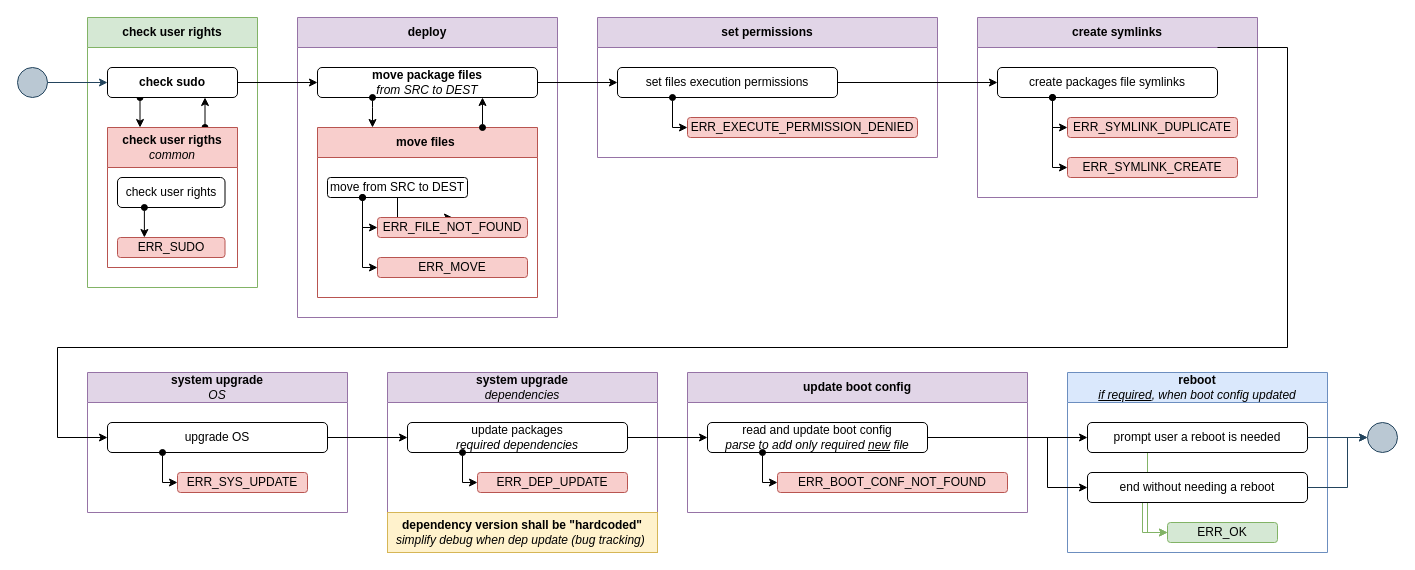
The draw.io diagram page "install-process" (2 of 5) of docs/arch/arch.drawio in repeact/embedded-sw, before the edit. Source tidied: cells renumbered, new cells numbered last; positions are measured from the earlier drawing's top-left corner, leaving out a move shared by most shapes. Both pictures are drawn from the tidied source at 100%, with x=0, y=0 at pixel (17, 17).
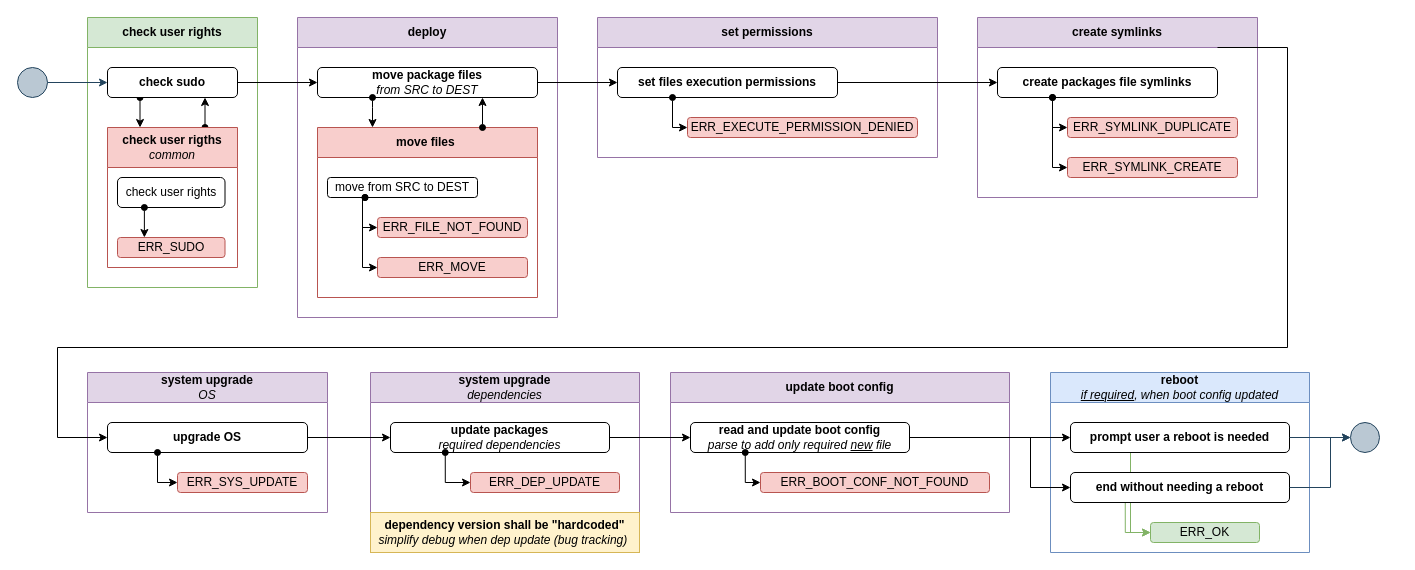
The same page after the edit.

The change refers to these unchanged cells:
```xml
<mxCell id="12" value="move files&amp;nbsp;" style="swimlane;whiteSpace=wrap;html=1;startSize=30;fillColor=#f8cecc;strokeColor=#b85450;" parent="10" vertex="1">
  <mxGeometry x="20" y="110" width="220" height="170" as="geometry" />
</mxCell>
<mxCell id="15" value="ERR_FILE_NOT_FOUND" style="rounded=1;whiteSpace=wrap;html=1;fillColor=#f8cecc;strokeColor=#b85450;" parent="12" vertex="1">
  <mxGeometry x="60" y="90" width="150" height="20" as="geometry" />
</mxCell>
<mxCell id="21" value="set permissions" style="swimlane;whiteSpace=wrap;html=1;startSize=30;fillColor=#e1d5e7;strokeColor=#9673a6;" parent="1" vertex="1">
  <mxGeometry x="580" width="340" height="140" as="geometry" />
</mxCell>
<mxCell id="25" value="create symlinks" style="swimlane;whiteSpace=wrap;html=1;startSize=30;fillColor=#e1d5e7;strokeColor=#9673a6;" parent="1" vertex="1">
  <mxGeometry x="960" width="280" height="180" as="geometry" />
</mxCell>
<mxCell id="34" value="ERR_SYS_UPDATE" style="rounded=1;whiteSpace=wrap;html=1;fillColor=#f8cecc;strokeColor=#b85450;" parent="31" vertex="1">
  <mxGeometry x="90" y="100" width="130" height="20" as="geometry" />
</mxCell>
```

The edit, as a diff of the source:
```diff
@@
-    <mxCell id="13" style="edgeStyle=orthogonalEdgeStyle;rounded=0;jettySize=auto;html=1;" parent="12" edge="1" source="14" target="15">
-      <mxGeometry relative="1" as="geometry" />
-    </mxCell>
     <mxCell id="14" value="move from SRC to DEST" style="rounded=1;whiteSpace=wrap;html=1;" parent="12" vertex="1">
-      <mxGeometry x="10" y="50" width="140" height="20" as="geometry" />
+      <mxGeometry x="10" y="50" width="150" height="20" as="geometry" />
     </mxCell>
@@
-    <mxCell id="22" value="set files execution permissions" style="rounded=1;whiteSpace=wrap;html=1;" parent="21" vertex="1">
+    <mxCell id="22" value="set files execution permissions" style="rounded=1;whiteSpace=wrap;html=1;fontStyle=1;" parent="21" vertex="1">
       <mxGeometry x="20" y="50" width="220" height="30" as="geometry" />
     </mxCell>
@@
-    <mxCell id="26" value="create packages file symlinks" style="rounded=1;whiteSpace=wrap;html=1;" parent="25" vertex="1">
+    <mxCell id="26" value="create packages file symlinks" style="rounded=1;whiteSpace=wrap;html=1;fontStyle=1;" parent="25" vertex="1">
       <mxGeometry x="20" y="50" width="220" height="30" as="geometry" />
     </mxCell>
@@
     <mxCell id="31" value="system upgrade&lt;div&gt;&lt;span style=&quot;font-weight: normal;&quot;&gt;&lt;i&gt;OS&lt;/i&gt;&lt;/span&gt;&lt;/div&gt;" style="swimlane;whiteSpace=wrap;html=1;startSize=30;fillColor=#e1d5e7;strokeColor=#9673a6;" parent="1" vertex="1">
-      <mxGeometry x="70" y="355" width="260" height="140" as="geometry" />
+      <mxGeometry x="70" y="355" width="240" height="140" as="geometry" />
     </mxCell>
-    <mxCell id="32" value="upgrade OS" style="rounded=1;whiteSpace=wrap;html=1;" parent="31" vertex="1">
-      <mxGeometry x="20" y="50" width="220" height="30" as="geometry" />
+    <mxCell id="32" value="upgrade OS" style="rounded=1;whiteSpace=wrap;html=1;fontStyle=1;" parent="31" vertex="1">
+      <mxGeometry x="20" y="50" width="200" height="30" as="geometry" />
     </mxCell>
     <mxCell id="33" style="edgeStyle=orthogonalEdgeStyle;rounded=0;jettySize=auto;html=1;exitX=0.25;exitY=1;exitDx=0;exitDy=0;entryX=0;entryY=0.5;entryDx=0;entryDy=0;startArrow=oval;startFill=1;" parent="31" edge="1" source="32" target="34">
       <mxGeometry relative="1" as="geometry">
         <Array as="points">
-          <mxPoint x="75" y="110" />
+          <mxPoint x="70" y="110" />
         </Array>
       </mxGeometry>
     </mxCell>
@@
     <mxCell id="35" value="update boot config" style="swimlane;whiteSpace=wrap;html=1;startSize=30;fillColor=#e1d5e7;strokeColor=#9673a6;" parent="1" vertex="1">
-      <mxGeometry x="670" y="355" width="340" height="140" as="geometry" />
+      <mxGeometry x="653" y="355" width="339" height="140" as="geometry" />
     </mxCell>
-    <mxCell id="36" value="read and update boot config&lt;div&gt;&lt;i&gt;parse to add only required &lt;u style=&quot;&quot;&gt;new&lt;/u&gt; file&lt;/i&gt;&lt;/div&gt;" style="rounded=1;whiteSpace=wrap;html=1;" parent="35" vertex="1">
-      <mxGeometry x="20" y="50" width="220" height="30" as="geometry" />
+    <mxCell id="36" value="&lt;b&gt;read and update boot config&lt;/b&gt;&lt;div&gt;&lt;i&gt;parse to add only required &lt;u style=&quot;&quot;&gt;new&lt;/u&gt; file&lt;/i&gt;&lt;/div&gt;" style="rounded=1;whiteSpace=wrap;html=1;" parent="35" vertex="1">
+      <mxGeometry x="20" y="50" width="219" height="30" as="geometry" />
     </mxCell>
@@
     <mxCell id="38" value="ERR_BOOT_CONF_NOT_FOUND" style="rounded=1;whiteSpace=wrap;html=1;fillColor=#f8cecc;strokeColor=#b85450;" parent="35" vertex="1">
-      <mxGeometry x="90" y="100" width="230" height="20" as="geometry" />
+      <mxGeometry x="90" y="100" width="229" height="20" as="geometry" />
     </mxCell>
     <mxCell id="39" value="reboot&lt;div&gt;&lt;span style=&quot;font-weight: normal;&quot;&gt;&lt;i&gt;&lt;u&gt;if required&lt;/u&gt;, when boot config updated&lt;/i&gt;&lt;/span&gt;&lt;/div&gt;" style="swimlane;whiteSpace=wrap;html=1;startSize=30;fillColor=#dae8fc;strokeColor=#6c8ebf;" parent="1" vertex="1">
-      <mxGeometry x="1050" y="355" width="260" height="180" as="geometry" />
+      <mxGeometry x="1033" y="355" width="259" height="180" as="geometry" />
     </mxCell>
@@
-    <mxCell id="41" value="prompt user a reboot is needed" style="rounded=1;whiteSpace=wrap;html=1;" parent="39" vertex="1">
-      <mxGeometry x="20" y="50" width="220" height="30" as="geometry" />
+    <mxCell id="41" value="prompt user a reboot is needed" style="rounded=1;whiteSpace=wrap;html=1;fontStyle=1;" parent="39" vertex="1">
+      <mxGeometry x="20" y="50" width="219" height="30" as="geometry" />
     </mxCell>
@@
-    <mxCell id="43" value="end without needing a reboot" style="rounded=1;whiteSpace=wrap;html=1;" parent="39" vertex="1">
-      <mxGeometry x="20" y="100" width="220" height="30" as="geometry" />
+    <mxCell id="43" value="end without needing a reboot" style="rounded=1;whiteSpace=wrap;html=1;fontStyle=1;" parent="39" vertex="1">
+      <mxGeometry x="20" y="100" width="219" height="30" as="geometry" />
     </mxCell>
     <mxCell id="44" value="ERR_OK" style="rounded=1;whiteSpace=wrap;html=1;fillColor=#d5e8d4;strokeColor=#82b366;" parent="39" vertex="1">
-      <mxGeometry x="100" y="150" width="110" height="20" as="geometry" />
+      <mxGeometry x="100" y="150" width="109" height="20" as="geometry" />
     </mxCell>
     <mxCell id="45" value="system upgrade&lt;div&gt;&lt;span style=&quot;font-weight: normal;&quot;&gt;&lt;i&gt;dependencies&lt;/i&gt;&lt;/span&gt;&lt;/div&gt;" style="swimlane;whiteSpace=wrap;html=1;startSize=30;fillColor=#e1d5e7;strokeColor=#9673a6;" parent="1" vertex="1">
-      <mxGeometry x="370" y="355" width="270" height="180" as="geometry" />
+      <mxGeometry x="353" y="355" width="269" height="180" as="geometry" />
     </mxCell>
-    <mxCell id="46" value="update packages&lt;div&gt;&lt;i&gt;required dependencies&lt;/i&gt;&lt;/div&gt;" style="rounded=1;whiteSpace=wrap;html=1;" parent="45" vertex="1">
-      <mxGeometry x="20" y="50" width="220" height="30" as="geometry" />
+    <mxCell id="46" value="&lt;b&gt;update packages&lt;/b&gt;&lt;div&gt;&lt;i&gt;required dependencies&lt;/i&gt;&lt;/div&gt;" style="rounded=1;whiteSpace=wrap;html=1;" parent="45" vertex="1">
+      <mxGeometry x="20" y="50" width="219" height="30" as="geometry" />
     </mxCell>
@@
     <mxCell id="48" value="ERR_DEP_UPDATE" style="rounded=1;whiteSpace=wrap;html=1;fillColor=#f8cecc;strokeColor=#b85450;" parent="45" vertex="1">
-      <mxGeometry x="90" y="100" width="150" height="20" as="geometry" />
+      <mxGeometry x="100" y="100" width="149" height="20" as="geometry" />
     </mxCell>
     <mxCell id="49" value="dependency version shall be &quot;hardcoded&quot;&lt;div&gt;&lt;span style=&quot;font-weight: normal;&quot;&gt;&lt;i&gt;simplify debug when dep update (bug tracking)&lt;/i&gt;&lt;/span&gt;&amp;nbsp;&lt;/div&gt;" style="rounded=0;whiteSpace=wrap;html=1;fillColor=#fff2cc;strokeColor=#d6b656;fontStyle=1;" parent="45" vertex="1">
-      <mxGeometry y="140" width="270" height="40" as="geometry" />
+      <mxGeometry y="140" width="269" height="40" as="geometry" />
     </mxCell>
@@
     <mxCell id="57" style="edgeStyle=orthogonalEdgeStyle;rounded=0;jettySize=auto;html=1;exitX=1;exitY=0.5;exitDx=0;exitDy=0;entryX=0;entryY=0.5;entryDx=0;entryDy=0;" parent="1" edge="1" source="36" target="43">
       <mxGeometry relative="1" as="geometry">
         <Array as="points">
-          <mxPoint x="1030" y="420" />
-          <mxPoint x="1030" y="470" />
+          <mxPoint x="1013" y="420" />
+          <mxPoint x="1013" y="470" />
         </Array>
       </mxGeometry>
     </mxCell>
@@
     <mxCell id="60" style="ellipse;whiteSpace=wrap;html=1;fillColor=#bac8d3;strokeColor=#23445d;" parent="1" vertex="1">
-      <mxGeometry x="1350" y="405" width="30" height="30" as="geometry" />
+      <mxGeometry x="1333" y="405" width="29" height="30" as="geometry" />
     </mxCell>
     <mxCell id="61" style="edgeStyle=orthogonalEdgeStyle;rounded=0;jettySize=auto;html=1;exitX=1;exitY=0.5;exitDx=0;exitDy=0;entryX=0;entryY=0.5;entryDx=0;entryDy=0;fillColor=#bac8d3;strokeColor=#23445d;" parent="1" edge="1" source="41" target="60">
       <mxGeometry relative="1" as="geometry">
         <Array as="points">
-          <mxPoint x="1340" y="420" />
-          <mxPoint x="1340" y="420" />
+          <mxPoint x="1323" y="420" />
+          <mxPoint x="1323" y="420" />
         </Array>
       </mxGeometry>
     </mxCell>
     <mxCell id="62" style="edgeStyle=orthogonalEdgeStyle;rounded=0;jettySize=auto;html=1;exitX=1;exitY=0.5;exitDx=0;exitDy=0;entryX=0;entryY=0.5;entryDx=0;entryDy=0;fillColor=#bac8d3;strokeColor=#23445d;" parent="1" edge="1" source="43" target="60">
       <mxGeometry relative="1" as="geometry">
         <Array as="points">
-          <mxPoint x="1330" y="470" />
-          <mxPoint x="1330" y="420" />
+          <mxPoint x="1313" y="470" />
+          <mxPoint x="1313" y="420" />
         </Array>
       </mxGeometry>
     </mxCell>
```
